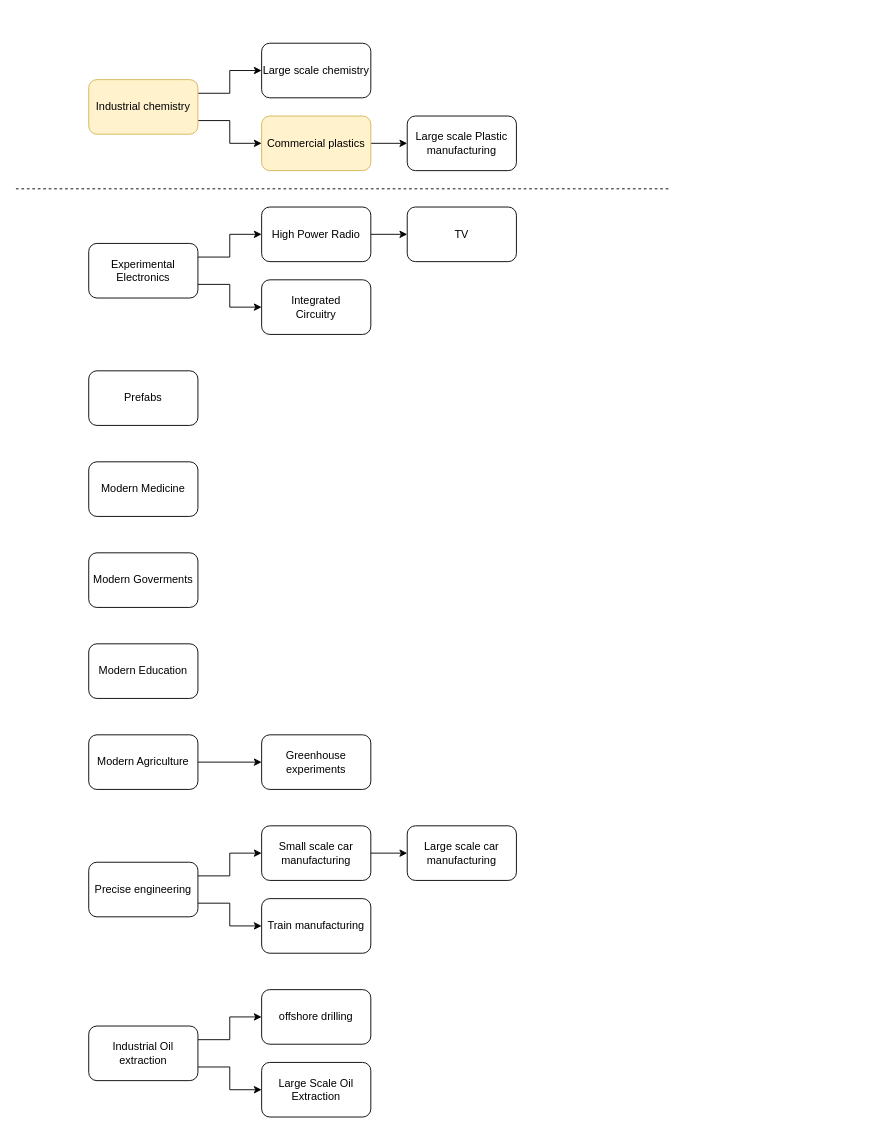
Above: Untitled Diagram.drawio in cit1zen/charts (draw.io), before the change. Source tidied: cells renumbered, new cells numbered last; positions are measured from the earlier drawing's top-left corner, leaving out a move shared by most shapes. Both pictures are drawn from the tidied source at 91%, with x=0, y=0 at pixel (15, 43).
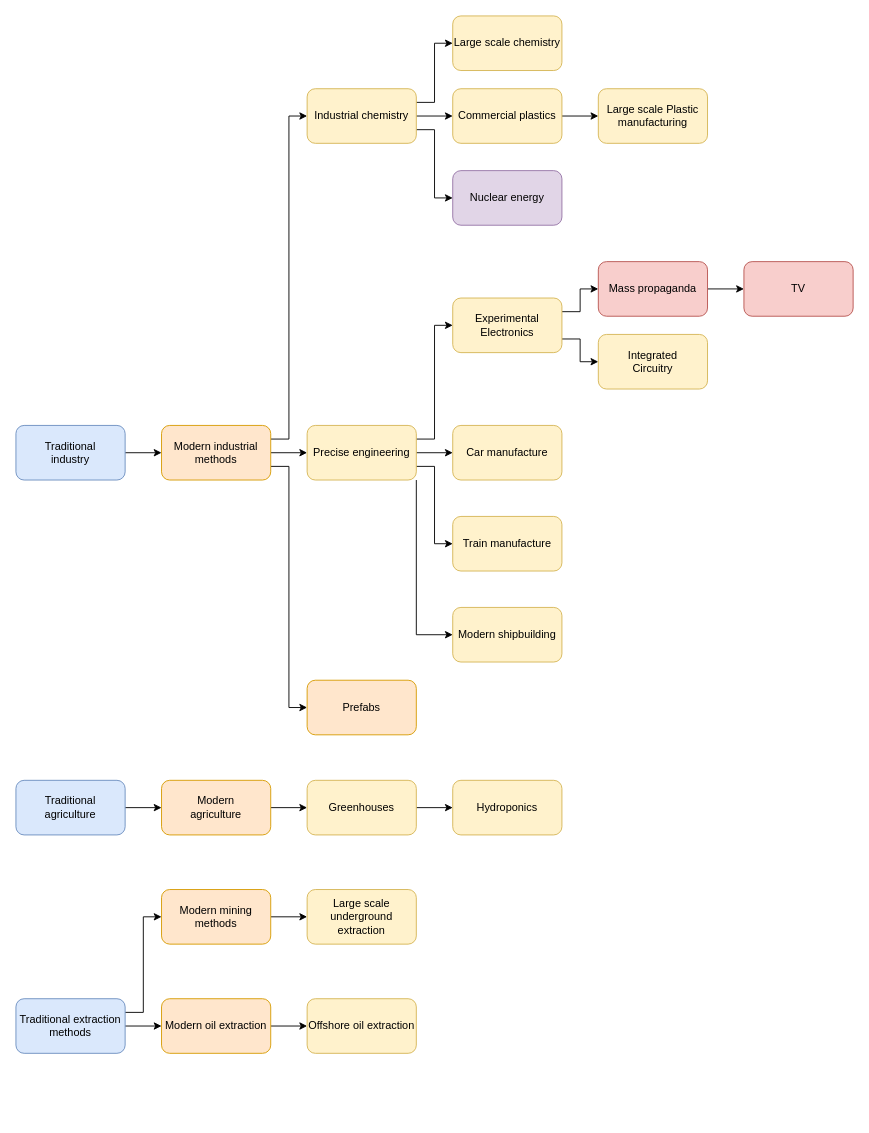
The same page after the edit.

What changed in the source:
```diff
@@
+    <mxCell id="3" style="edgeStyle=orthogonalEdgeStyle;rounded=0;jettySize=auto;html=1;exitX=1;exitY=0.25;exitDx=0;exitDy=0;" parent="1" edge="1" source="4" target="13">
+      <mxGeometry relative="1" as="geometry">
+        <Array as="points">
+          <mxPoint x="460" y="65" />
+          <mxPoint x="460" />
+        </Array>
+      </mxGeometry>
+    </mxCell>
-    <mxCell id="2" style="edgeStyle=orthogonalEdgeStyle;rounded=0;jettySize=auto;html=1;exitX=1;exitY=0.75;exitDx=0;exitDy=0;entryX=0;entryY=0.5;entryDx=0;entryDy=0;" parent="1" edge="1" source="4" target="12">
+    <mxCell id="2" style="edgeStyle=orthogonalEdgeStyle;rounded=0;jettySize=auto;html=1;exitX=1;exitY=0.5;exitDx=0;exitDy=0;entryX=0;entryY=0.5;entryDx=0;entryDy=0;" parent="1" edge="1" source="4" target="12">
       <mxGeometry relative="1" as="geometry" />
     </mxCell>
-    <mxCell id="3" style="edgeStyle=orthogonalEdgeStyle;rounded=0;jettySize=auto;html=1;exitX=1;exitY=0.25;exitDx=0;exitDy=0;" parent="1" edge="1" source="4" target="13">
-      <mxGeometry relative="1" as="geometry" />
-    </mxCell>
+    <mxCell id="36" style="edgeStyle=orthogonalEdgeStyle;rounded=0;jettySize=auto;html=1;exitX=1;exitY=0.75;exitDx=0;exitDy=0;entryX=0;entryY=0.5;entryDx=0;entryDy=0;" parent="1" edge="1" source="4" target="66">
+      <mxGeometry relative="1" as="geometry" />
+    </mxCell>
     <mxCell id="4" value="Industrial chemistry" style="rounded=1;whiteSpace=wrap;html=1;fillColor=#fff2cc;strokeColor=#d6b656;" parent="1" vertex="1">
-      <mxGeometry x="80" y="40" width="120" height="60" as="geometry" />
+      <mxGeometry x="320" y="50" width="120" height="60" as="geometry" />
     </mxCell>
@@
-    <mxCell id="7" value="Experimental Electronics" style="rounded=1;whiteSpace=wrap;html=1;" parent="1" vertex="1">
-      <mxGeometry x="80" y="220" width="120" height="60" as="geometry" />
+    <mxCell id="7" value="Experimental Electronics" style="rounded=1;whiteSpace=wrap;html=1;fillColor=#fff2cc;strokeColor=#d6b656;" parent="1" vertex="1">
+      <mxGeometry x="480" y="280" width="120" height="60" as="geometry" />
     </mxCell>
@@
-    <mxCell id="9" value="High Power Radio" style="rounded=1;whiteSpace=wrap;html=1;" parent="1" vertex="1">
-      <mxGeometry x="270" y="180" width="120" height="60" as="geometry" />
+    <mxCell id="9" value="Mass propaganda" style="rounded=1;whiteSpace=wrap;html=1;fillColor=#f8cecc;strokeColor=#b85450;" parent="1" vertex="1">
+      <mxGeometry x="640" y="240" width="120" height="60" as="geometry" />
     </mxCell>
-    <mxCell id="10" value="Integrated&lt;br&gt;Circuitry" style="rounded=1;whiteSpace=wrap;html=1;" parent="1" vertex="1">
-      <mxGeometry x="270" y="260" width="120" height="60" as="geometry" />
+    <mxCell id="10" value="Integrated&lt;br&gt;Circuitry" style="rounded=1;whiteSpace=wrap;html=1;fillColor=#fff2cc;strokeColor=#d6b656;" parent="1" vertex="1">
+      <mxGeometry x="640" y="320" width="120" height="60" as="geometry" />
     </mxCell>
@@
     <mxCell id="12" value="Commercial plastics&lt;br&gt;" style="rounded=1;whiteSpace=wrap;html=1;fillColor=#fff2cc;strokeColor=#d6b656;" parent="1" vertex="1">
-      <mxGeometry x="270" y="80" width="120" height="60" as="geometry" />
+      <mxGeometry x="480" y="50" width="120" height="60" as="geometry" />
     </mxCell>
-    <mxCell id="13" value="Large scale chemistry&lt;br&gt;" style="rounded=1;whiteSpace=wrap;html=1;" parent="1" vertex="1">
-      <mxGeometry x="270" width="120" height="60" as="geometry" />
+    <mxCell id="13" value="Large scale chemistry&lt;br&gt;" style="rounded=1;whiteSpace=wrap;html=1;fillColor=#fff2cc;strokeColor=#d6b656;" parent="1" vertex="1">
+      <mxGeometry x="480" y="-30" width="120" height="60" as="geometry" />
     </mxCell>
-    <mxCell id="14" value="TV" style="rounded=1;whiteSpace=wrap;html=1;" parent="1" vertex="1">
-      <mxGeometry x="430" y="180" width="120" height="60" as="geometry" />
+    <mxCell id="14" value="TV" style="rounded=1;whiteSpace=wrap;html=1;fillColor=#f8cecc;strokeColor=#b85450;" parent="1" vertex="1">
+      <mxGeometry x="800" y="240" width="120" height="60" as="geometry" />
     </mxCell>
-    <mxCell id="15" value="Modern Medicine" style="rounded=1;whiteSpace=wrap;html=1;" parent="1" vertex="1">
-      <mxGeometry x="80" y="460" width="120" height="60" as="geometry" />
-    </mxCell>
-    <mxCell id="16" value="Modern Goverments" style="rounded=1;whiteSpace=wrap;html=1;" parent="1" vertex="1">
-      <mxGeometry x="80" y="560" width="120" height="60" as="geometry" />
-    </mxCell>
-    <mxCell id="17" value="Large scale Plastic manufacturing" style="rounded=1;whiteSpace=wrap;html=1;" parent="1" vertex="1">
-      <mxGeometry x="430" y="80" width="120" height="60" as="geometry" />
+    <mxCell id="17" value="Large scale Plastic manufacturing" style="rounded=1;whiteSpace=wrap;html=1;fillColor=#fff2cc;strokeColor=#d6b656;" parent="1" vertex="1">
+      <mxGeometry x="640" y="50" width="120" height="60" as="geometry" />
     </mxCell>
+    <mxCell id="37" style="edgeStyle=orthogonalEdgeStyle;rounded=0;jettySize=auto;html=1;exitX=1;exitY=0.5;exitDx=0;exitDy=0;entryX=0;entryY=0.5;entryDx=0;entryDy=0;" parent="1" edge="1" source="38" target="42">
+      <mxGeometry relative="1" as="geometry" />
+    </mxCell>
+    <mxCell id="38" value="&lt;div&gt;Traditional&lt;/div&gt;&lt;div&gt;industry&lt;br&gt;&lt;/div&gt;" style="rounded=1;whiteSpace=wrap;html=1;fillColor=#dae8fc;strokeColor=#6c8ebf;" parent="1" vertex="1">
+      <mxGeometry y="420" width="120" height="60" as="geometry" />
+    </mxCell>
+    <mxCell id="39" style="edgeStyle=orthogonalEdgeStyle;rounded=0;jettySize=auto;html=1;exitX=1;exitY=0.25;exitDx=0;exitDy=0;entryX=0;entryY=0.5;entryDx=0;entryDy=0;" parent="1" edge="1" source="42" target="4">
+      <mxGeometry relative="1" as="geometry" />
+    </mxCell>
+    <mxCell id="40" style="edgeStyle=orthogonalEdgeStyle;rounded=0;jettySize=auto;html=1;exitX=1;exitY=0.5;exitDx=0;exitDy=0;entryX=0;entryY=0.5;entryDx=0;entryDy=0;" parent="1" edge="1" source="42" target="25">
+      <mxGeometry relative="1" as="geometry" />
+    </mxCell>
+    <mxCell id="41" style="edgeStyle=orthogonalEdgeStyle;rounded=0;jettySize=auto;html=1;exitX=1;exitY=0.75;exitDx=0;exitDy=0;entryX=0;entryY=0.5;entryDx=0;entryDy=0;" parent="1" edge="1" source="42" target="18">
+      <mxGeometry relative="1" as="geometry" />
+    </mxCell>
+    <mxCell id="42" value="Modern industrial methods" style="rounded=1;whiteSpace=wrap;html=1;fillColor=#ffe6cc;strokeColor=#d79b00;" parent="1" vertex="1">
+      <mxGeometry x="160" y="420" width="120" height="60" as="geometry" />
+    </mxCell>
+    <mxCell id="43" style="edgeStyle=orthogonalEdgeStyle;rounded=0;jettySize=auto;html=1;exitX=1;exitY=0.25;exitDx=0;exitDy=0;entryX=0;entryY=0.5;entryDx=0;entryDy=0;" parent="1" edge="1" source="25" target="7">
+      <mxGeometry relative="1" as="geometry" />
+    </mxCell>
+    <mxCell id="44" style="edgeStyle=orthogonalEdgeStyle;rounded=0;jettySize=auto;html=1;exitX=1;exitY=0.5;exitDx=0;exitDy=0;entryX=0;entryY=0.5;entryDx=0;entryDy=0;" parent="1" edge="1" source="25" target="47">
+      <mxGeometry relative="1" as="geometry" />
+    </mxCell>
+    <mxCell id="45" style="edgeStyle=orthogonalEdgeStyle;rounded=0;jettySize=auto;html=1;exitX=1;exitY=0.75;exitDx=0;exitDy=0;entryX=0;entryY=0.5;entryDx=0;entryDy=0;" parent="1" edge="1" source="25" target="48">
+      <mxGeometry relative="1" as="geometry" />
+    </mxCell>
+    <mxCell id="46" style="edgeStyle=orthogonalEdgeStyle;rounded=0;jettySize=auto;html=1;exitX=1;exitY=1;exitDx=0;exitDy=0;entryX=0;entryY=0.5;entryDx=0;entryDy=0;" parent="1" edge="1" source="25" target="49">
+      <mxGeometry relative="1" as="geometry" />
+    </mxCell>
+    <mxCell id="25" value="Precise engineering" style="rounded=1;whiteSpace=wrap;html=1;fillColor=#fff2cc;strokeColor=#d6b656;" parent="1" vertex="1">
+      <mxGeometry x="320" y="420" width="120" height="60" as="geometry" />
+    </mxCell>
-    <mxCell id="18" value="Prefabs" style="rounded=1;whiteSpace=wrap;html=1;" parent="1" vertex="1">
-      <mxGeometry x="80" y="360" width="120" height="60" as="geometry" />
+    <mxCell id="18" value="Prefabs" style="rounded=1;whiteSpace=wrap;html=1;fillColor=#ffe6cc;strokeColor=#d79b00;" parent="1" vertex="1">
+      <mxGeometry x="320" y="700" width="120" height="60" as="geometry" />
     </mxCell>
-    <mxCell id="19" value="Modern Education" style="rounded=1;whiteSpace=wrap;html=1;" parent="1" vertex="1">
-      <mxGeometry x="80" y="660" width="120" height="60" as="geometry" />
-    </mxCell>
-    <mxCell id="20" style="edgeStyle=orthogonalEdgeStyle;rounded=0;jettySize=auto;html=1;exitX=1;exitY=0.5;exitDx=0;exitDy=0;entryX=0;entryY=0.5;entryDx=0;entryDy=0;" parent="1" edge="1" source="21" target="22">
-      <mxGeometry relative="1" as="geometry" />
-    </mxCell>
-    <mxCell id="21" value="Modern Agriculture" style="rounded=1;whiteSpace=wrap;html=1;" parent="1" vertex="1">
-      <mxGeometry x="80" y="760" width="120" height="60" as="geometry" />
-    </mxCell>
-    <mxCell id="22" value="Greenhouse experiments" style="rounded=1;whiteSpace=wrap;html=1;" parent="1" vertex="1">
-      <mxGeometry x="270" y="760" width="120" height="60" as="geometry" />
-    </mxCell>
-    <mxCell id="23" style="edgeStyle=orthogonalEdgeStyle;rounded=0;jettySize=auto;html=1;exitX=1;exitY=0.75;exitDx=0;exitDy=0;entryX=0;entryY=0.5;entryDx=0;entryDy=0;" parent="1" edge="1" source="25" target="28">
-      <mxGeometry relative="1" as="geometry" />
-    </mxCell>
-    <mxCell id="24" style="edgeStyle=orthogonalEdgeStyle;rounded=0;jettySize=auto;html=1;exitX=1;exitY=0.25;exitDx=0;exitDy=0;entryX=0;entryY=0.5;entryDx=0;entryDy=0;" parent="1" edge="1" source="25" target="27">
-      <mxGeometry relative="1" as="geometry" />
-    </mxCell>
-    <mxCell id="25" value="&lt;div&gt;Precise engineering&lt;/div&gt;" style="rounded=1;whiteSpace=wrap;html=1;" parent="1" vertex="1">
-      <mxGeometry x="80" y="900" width="120" height="60" as="geometry" />
-    </mxCell>
-    <mxCell id="26" style="edgeStyle=orthogonalEdgeStyle;rounded=0;jettySize=auto;html=1;exitX=1;exitY=0.5;exitDx=0;exitDy=0;entryX=0;entryY=0.5;entryDx=0;entryDy=0;" parent="1" edge="1" source="27" target="29">
-      <mxGeometry relative="1" as="geometry" />
-    </mxCell>
-    <mxCell id="27" value="Small scale car manufacturing" style="rounded=1;whiteSpace=wrap;html=1;" parent="1" vertex="1">
-      <mxGeometry x="270" y="860" width="120" height="60" as="geometry" />
-    </mxCell>
-    <mxCell id="28" value="Train manufacturing" style="rounded=1;whiteSpace=wrap;html=1;" parent="1" vertex="1">
-      <mxGeometry x="270" y="940" width="120" height="60" as="geometry" />
-    </mxCell>
-    <mxCell id="29" value="Large scale car manufacturing" style="rounded=1;whiteSpace=wrap;html=1;" parent="1" vertex="1">
-      <mxGeometry x="430" y="860" width="120" height="60" as="geometry" />
-    </mxCell>
-    <mxCell id="30" style="edgeStyle=orthogonalEdgeStyle;rounded=0;jettySize=auto;html=1;exitX=1;exitY=0.25;exitDx=0;exitDy=0;entryX=0;entryY=0.5;entryDx=0;entryDy=0;" parent="1" edge="1" source="32" target="33">
-      <mxGeometry relative="1" as="geometry" />
-    </mxCell>
-    <mxCell id="31" style="edgeStyle=orthogonalEdgeStyle;rounded=0;jettySize=auto;html=1;exitX=1;exitY=0.75;exitDx=0;exitDy=0;entryX=0;entryY=0.5;entryDx=0;entryDy=0;" parent="1" edge="1" source="32" target="34">
-      <mxGeometry relative="1" as="geometry" />
-    </mxCell>
-    <mxCell id="32" value="Industrial Oil extraction" style="rounded=1;whiteSpace=wrap;html=1;" parent="1" vertex="1">
-      <mxGeometry x="80" y="1080" width="120" height="60" as="geometry" />
-    </mxCell>
-    <mxCell id="33" value="offshore drilling" style="rounded=1;whiteSpace=wrap;html=1;" parent="1" vertex="1">
-      <mxGeometry x="270" y="1040" width="120" height="60" as="geometry" />
-    </mxCell>
-    <mxCell id="34" value="Large Scale Oil Extraction" style="rounded=1;whiteSpace=wrap;html=1;" parent="1" vertex="1">
-      <mxGeometry x="270" y="1120" width="120" height="60" as="geometry" />
-    </mxCell>
-    <mxCell id="35" style="endArrow=none;dashed=1;html=1;" parent="1" edge="1">
-      <mxGeometry relative="1" as="geometry">
-        <mxPoint y="160" as="sourcePoint" />
-        <mxPoint x="720" y="160" as="targetPoint" />
-      </mxGeometry>
-    </mxCell>
+    <mxCell id="47" value="Car manufacture" style="rounded=1;whiteSpace=wrap;html=1;fillColor=#fff2cc;strokeColor=#d6b656;" parent="1" vertex="1">
+      <mxGeometry x="480" y="420" width="120" height="60" as="geometry" />
+    </mxCell>
+    <mxCell id="48" value="Train manufacture" style="rounded=1;whiteSpace=wrap;html=1;fillColor=#fff2cc;strokeColor=#d6b656;" parent="1" vertex="1">
+      <mxGeometry x="480" y="520" width="120" height="60" as="geometry" />
+    </mxCell>
+    <mxCell id="49" value="Modern shipbuilding" style="rounded=1;whiteSpace=wrap;html=1;fillColor=#fff2cc;strokeColor=#d6b656;" parent="1" vertex="1">
+      <mxGeometry x="480" y="620" width="120" height="60" as="geometry" />
+    </mxCell>
+    <mxCell id="50" style="edgeStyle=orthogonalEdgeStyle;rounded=0;jettySize=auto;html=1;exitX=1;exitY=0.5;exitDx=0;exitDy=0;" parent="1" edge="1" source="51" target="53">
+      <mxGeometry relative="1" as="geometry" />
+    </mxCell>
+    <mxCell id="51" value="Traditional&lt;br&gt;agriculture" style="rounded=1;whiteSpace=wrap;html=1;fillColor=#dae8fc;strokeColor=#6c8ebf;" parent="1" vertex="1">
+      <mxGeometry y="810" width="120" height="60" as="geometry" />
+    </mxCell>
+    <mxCell id="52" style="edgeStyle=orthogonalEdgeStyle;rounded=0;jettySize=auto;html=1;exitX=1;exitY=0.5;exitDx=0;exitDy=0;entryX=0;entryY=0.5;entryDx=0;entryDy=0;" parent="1" edge="1" source="53" target="55">
+      <mxGeometry relative="1" as="geometry" />
+    </mxCell>
+    <mxCell id="53" value="&lt;div&gt;Modern&lt;/div&gt;&lt;div&gt;agriculture&lt;br&gt;&lt;/div&gt;" style="rounded=1;whiteSpace=wrap;html=1;fillColor=#ffe6cc;strokeColor=#d79b00;" parent="1" vertex="1">
+      <mxGeometry x="160" y="810" width="120" height="60" as="geometry" />
+    </mxCell>
+    <mxCell id="54" style="edgeStyle=orthogonalEdgeStyle;rounded=0;jettySize=auto;html=1;exitX=1;exitY=0.5;exitDx=0;exitDy=0;entryX=0;entryY=0.5;entryDx=0;entryDy=0;" parent="1" edge="1" source="55" target="56">
+      <mxGeometry relative="1" as="geometry" />
+    </mxCell>
+    <mxCell id="55" value="Greenhouses" style="rounded=1;whiteSpace=wrap;html=1;fillColor=#fff2cc;strokeColor=#d6b656;" parent="1" vertex="1">
+      <mxGeometry x="320" y="810" width="120" height="60" as="geometry" />
+    </mxCell>
+    <mxCell id="56" value="Hydroponics" style="rounded=1;whiteSpace=wrap;html=1;fillColor=#fff2cc;strokeColor=#d6b656;" parent="1" vertex="1">
+      <mxGeometry x="480" y="810" width="120" height="60" as="geometry" />
+    </mxCell>
+    <mxCell id="57" style="edgeStyle=orthogonalEdgeStyle;rounded=0;jettySize=auto;html=1;exitX=1;exitY=0.5;exitDx=0;exitDy=0;entryX=0;entryY=0.5;entryDx=0;entryDy=0;" parent="1" edge="1" source="59" target="64">
+      <mxGeometry relative="1" as="geometry" />
+    </mxCell>
+    <mxCell id="58" style="edgeStyle=orthogonalEdgeStyle;rounded=0;jettySize=auto;html=1;exitX=1;exitY=0.25;exitDx=0;exitDy=0;entryX=0;entryY=0.5;entryDx=0;entryDy=0;" parent="1" edge="1" source="59" target="61">
+      <mxGeometry relative="1" as="geometry" />
+    </mxCell>
+    <mxCell id="59" value="Traditional extraction methods" style="rounded=1;whiteSpace=wrap;html=1;fillColor=#dae8fc;strokeColor=#6c8ebf;" parent="1" vertex="1">
+      <mxGeometry y="1050" width="120" height="60" as="geometry" />
+    </mxCell>
+    <mxCell id="60" style="edgeStyle=orthogonalEdgeStyle;rounded=0;jettySize=auto;html=1;exitX=1;exitY=0.5;exitDx=0;exitDy=0;entryX=0;entryY=0.5;entryDx=0;entryDy=0;" parent="1" edge="1" source="61" target="62">
+      <mxGeometry relative="1" as="geometry" />
+    </mxCell>
+    <mxCell id="61" value="Modern mining methods" style="rounded=1;whiteSpace=wrap;html=1;fillColor=#ffe6cc;strokeColor=#d79b00;" parent="1" vertex="1">
+      <mxGeometry x="160" y="930" width="120" height="60" as="geometry" />
+    </mxCell>
+    <mxCell id="62" value="Large scale underground extraction" style="rounded=1;whiteSpace=wrap;html=1;fillColor=#fff2cc;strokeColor=#d6b656;" parent="1" vertex="1">
+      <mxGeometry x="320" y="930" width="120" height="60" as="geometry" />
+    </mxCell>
+    <mxCell id="63" style="edgeStyle=orthogonalEdgeStyle;rounded=0;jettySize=auto;html=1;exitX=1;exitY=0.5;exitDx=0;exitDy=0;" parent="1" edge="1" source="64" target="65">
+      <mxGeometry relative="1" as="geometry" />
+    </mxCell>
+    <mxCell id="64" value="Modern oil extraction" style="rounded=1;whiteSpace=wrap;html=1;fillColor=#ffe6cc;strokeColor=#d79b00;" parent="1" vertex="1">
+      <mxGeometry x="160" y="1050" width="120" height="60" as="geometry" />
+    </mxCell>
+    <mxCell id="65" value="Offshore oil extraction" style="rounded=1;whiteSpace=wrap;html=1;fillColor=#fff2cc;strokeColor=#d6b656;" parent="1" vertex="1">
+      <mxGeometry x="320" y="1050" width="120" height="60" as="geometry" />
+    </mxCell>
+    <mxCell id="66" value="Nuclear energy" style="rounded=1;whiteSpace=wrap;html=1;fillColor=#e1d5e7;strokeColor=#9673a6;" parent="1" vertex="1">
+      <mxGeometry x="480" y="140" width="120" height="60" as="geometry" />
+    </mxCell>
```
